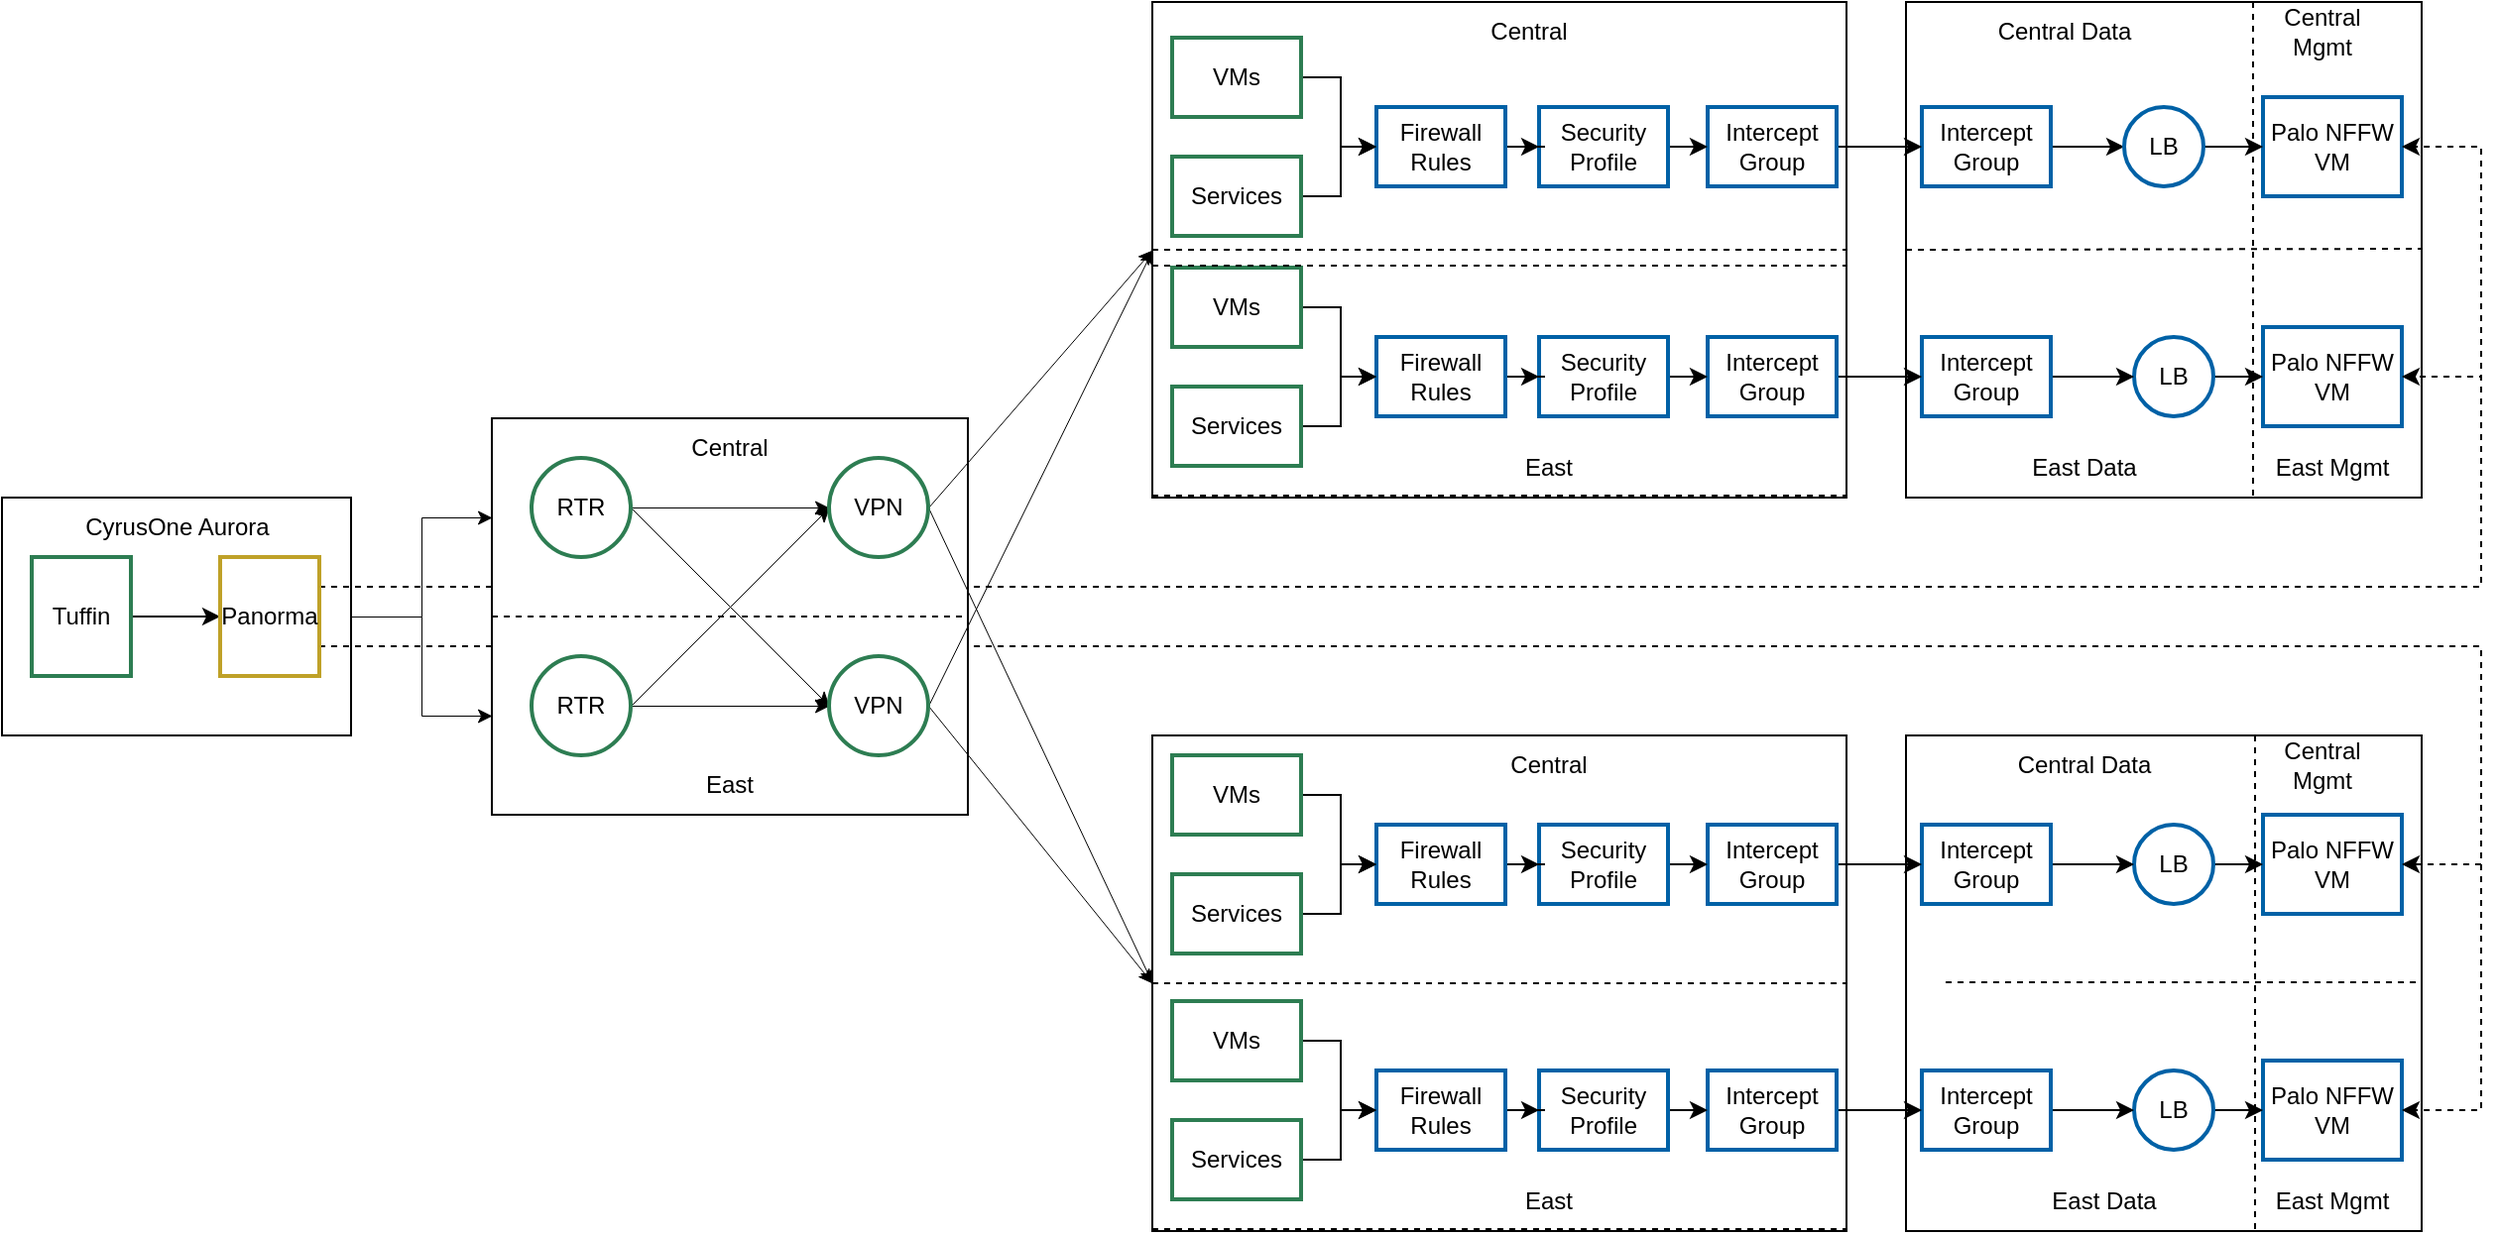
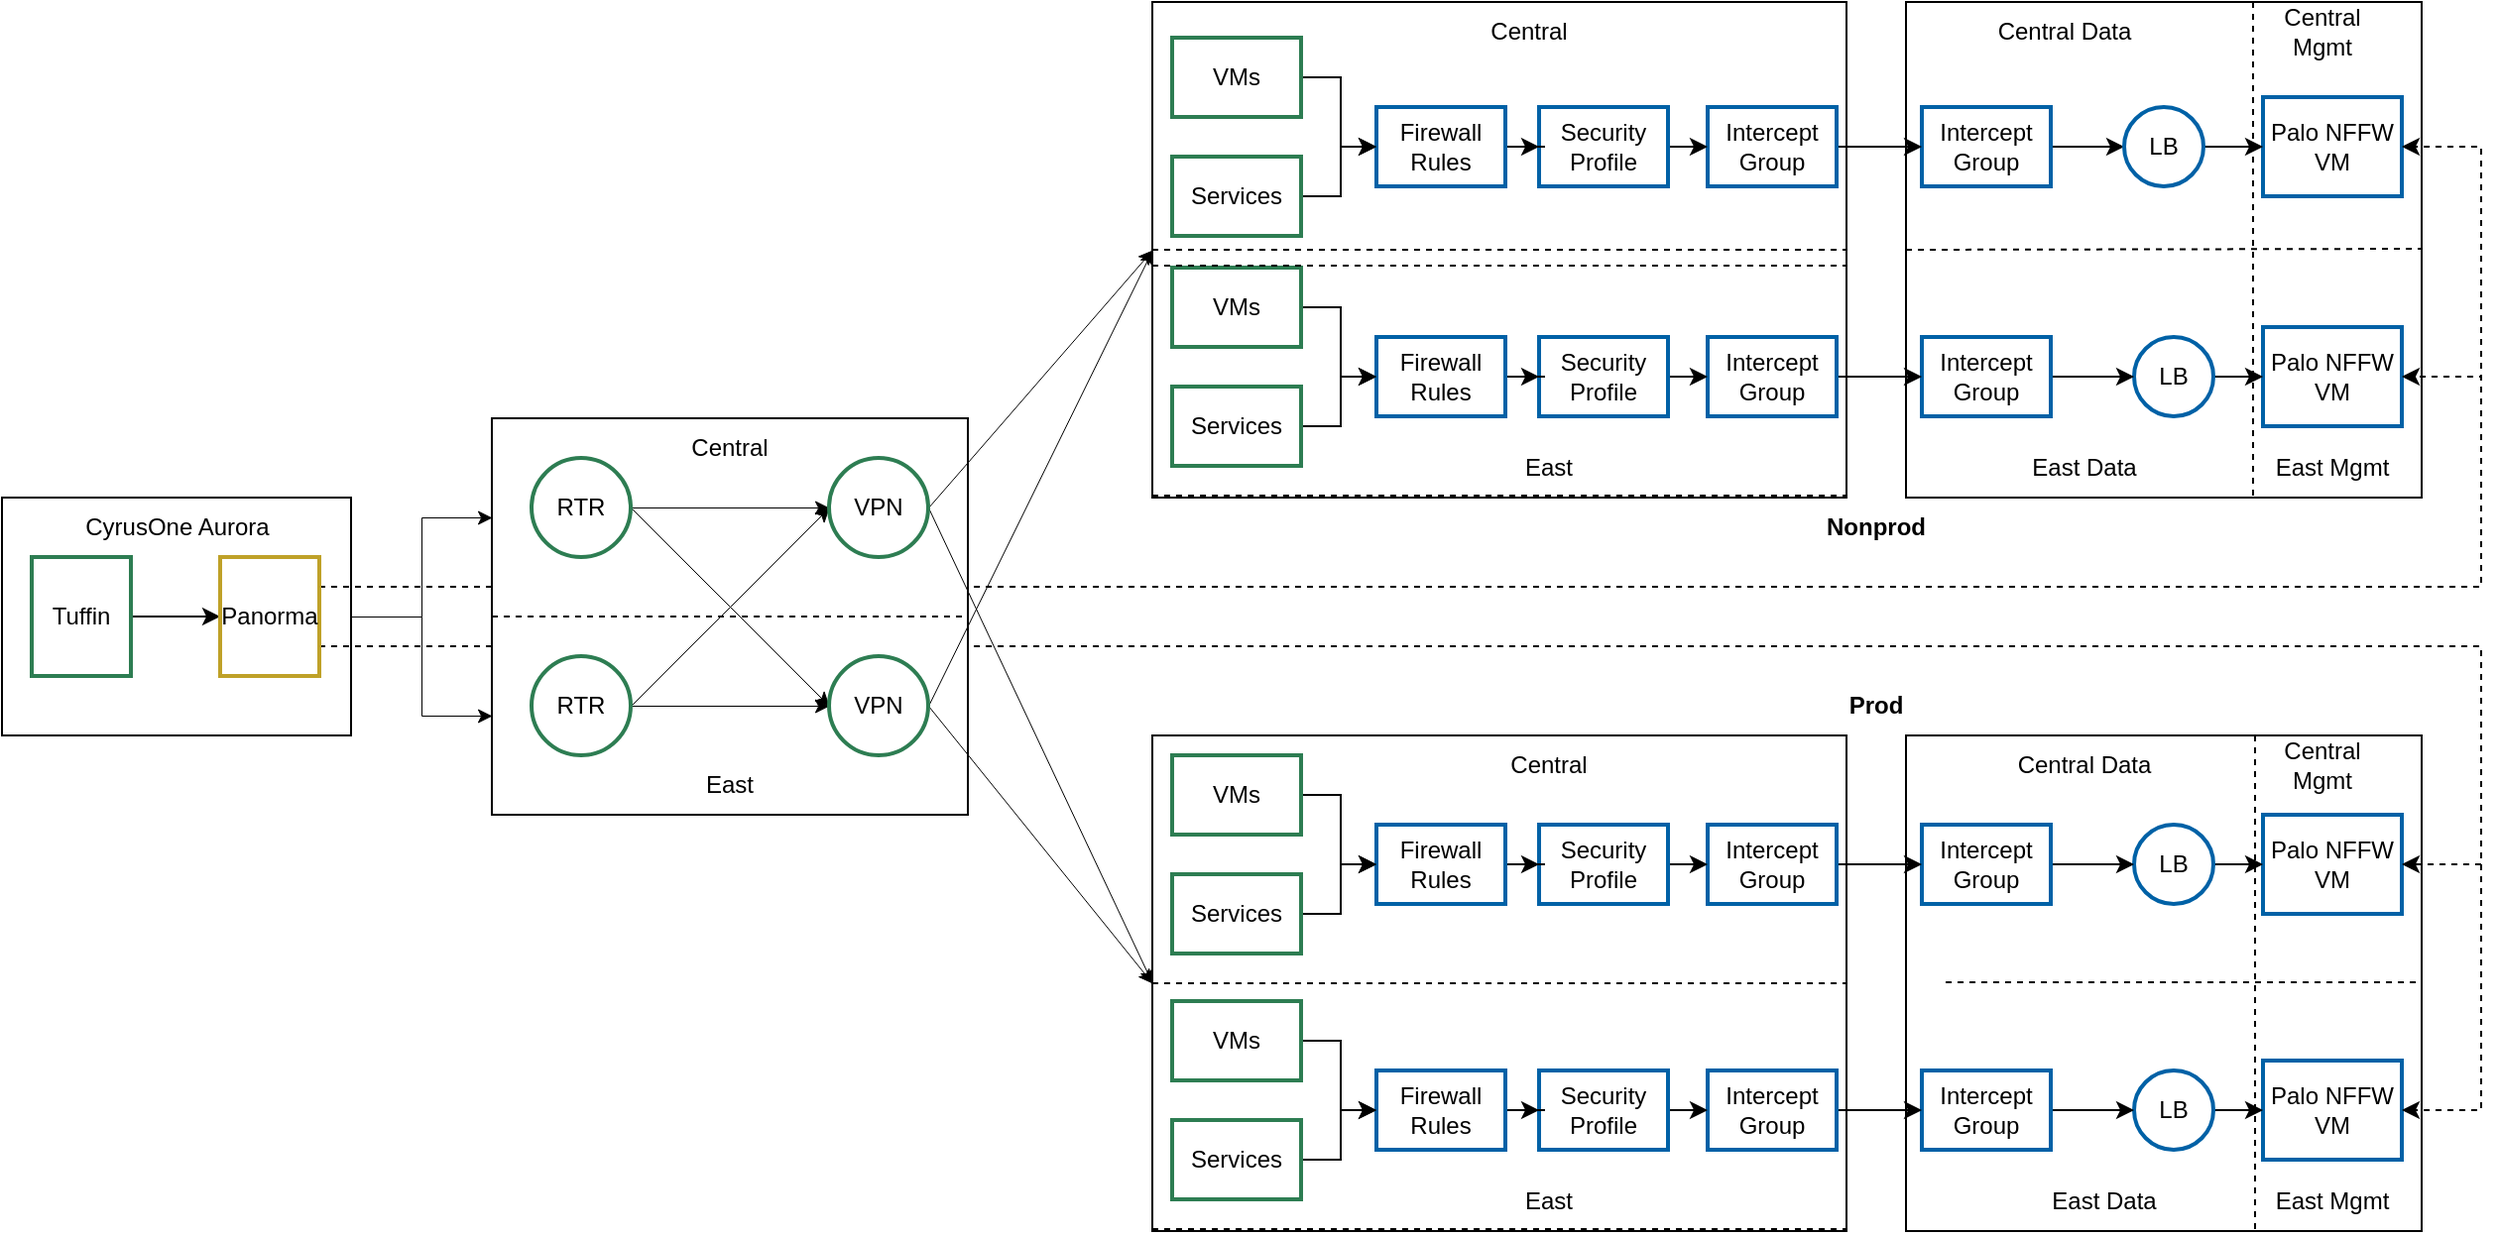
- <mxfile host="app.diagrams.net">
-   <diagram name="Page-1" id="3ExzMR4DquvwHOPj-cR4">
+ <mxfile host="app.diagrams.net" pages="2">
+   <diagram name="google_palo_ngfw" id="3ExzMR4DquvwHOPj-cR4">
    <mxGraphModel dx="2264" dy="777" grid="1" gridSize="10" guides="1" tooltips="1" connect="1" arrows="1" fold="1" page="1" pageScale="1" pageWidth="850" pageHeight="1100" math="0" shadow="0">
      <root>
        <mxCell id="0" />
        <mxCell id="1" parent="0" />
        <mxCell id="tRedCPWRB_f1dplKibxM-2" parent="1" style="rounded=0;whiteSpace=wrap;html=1;" value="" vertex="1">
          <mxGeometry height="250" width="350" x="280" y="30" as="geometry" />
        </mxCell>
        <mxCell id="tRedCPWRB_f1dplKibxM-4" parent="1" style="rounded=0;whiteSpace=wrap;html=1;" value="" vertex="1">
          <mxGeometry height="250" width="260" x="660" y="30" as="geometry" />
        </mxCell>
        <mxCell id="tRedCPWRB_f1dplKibxM-5" parent="1" style="rounded=0;whiteSpace=wrap;html=1;" value="" vertex="1">
          <mxGeometry height="250" width="350" x="280" y="400" as="geometry" />
        </mxCell>
        <mxCell id="tRedCPWRB_f1dplKibxM-6" parent="1" style="rounded=0;whiteSpace=wrap;html=1;" value="" vertex="1">
          <mxGeometry height="250" width="260" x="660" y="400" as="geometry" />
        </mxCell>
        <mxCell id="tRedCPWRB_f1dplKibxM-22" edge="1" parent="1" source="tRedCPWRB_f1dplKibxM-2" style="rounded=0;orthogonalLoop=1;jettySize=auto;html=1;exitX=0;exitY=0.5;exitDx=0;exitDy=0;entryX=1;entryY=0.5;entryDx=0;entryDy=0;endArrow=none;endFill=0;dashed=1;" target="tRedCPWRB_f1dplKibxM-2">
          <mxGeometry relative="1" as="geometry">
            <mxPoint x="360" y="154.5" as="sourcePoint" />
            <mxPoint x="600" y="154.5" as="targetPoint" />
          </mxGeometry>
        </mxCell>
        <mxCell id="tRedCPWRB_f1dplKibxM-23" edge="1" parent="1" source="tRedCPWRB_f1dplKibxM-5" style="rounded=0;orthogonalLoop=1;jettySize=auto;html=1;entryX=1;entryY=0.5;entryDx=0;entryDy=0;endArrow=none;endFill=0;dashed=1;exitX=0;exitY=0.5;exitDx=0;exitDy=0;" target="tRedCPWRB_f1dplKibxM-5">
          <mxGeometry relative="1" as="geometry">
            <mxPoint x="360" y="525" as="sourcePoint" />
            <mxPoint x="600" y="524.5" as="targetPoint" />
          </mxGeometry>
        </mxCell>
        <mxCell id="tRedCPWRB_f1dplKibxM-24" edge="1" parent="1" style="rounded=0;orthogonalLoop=1;jettySize=auto;html=1;exitX=0;exitY=0.5;exitDx=0;exitDy=0;entryX=1;entryY=0.5;entryDx=0;entryDy=0;endArrow=none;endFill=0;dashed=1;">
          <mxGeometry relative="1" as="geometry">
            <mxPoint x="680" y="524.5" as="sourcePoint" />
            <mxPoint x="920" y="524.5" as="targetPoint" />
          </mxGeometry>
        </mxCell>
        <mxCell id="tRedCPWRB_f1dplKibxM-25" edge="1" parent="1" source="tRedCPWRB_f1dplKibxM-4" style="rounded=0;orthogonalLoop=1;jettySize=auto;html=1;exitX=0;exitY=0.5;exitDx=0;exitDy=0;entryX=1;entryY=0.5;entryDx=0;entryDy=0;endArrow=none;endFill=0;dashed=1;">
          <mxGeometry relative="1" as="geometry">
            <mxPoint x="680" y="154.5" as="sourcePoint" />
            <mxPoint x="920" y="154.5" as="targetPoint" />
          </mxGeometry>
        </mxCell>
        <mxCell id="tRedCPWRB_f1dplKibxM-27" parent="1" style="rounded=0;whiteSpace=wrap;html=1;strokeColor=#0061A6;strokeWidth=2;" value="Palo NFFW&lt;div&gt;VM&lt;/div&gt;" vertex="1">
          <mxGeometry height="50" width="70" x="840" y="78" as="geometry" />
        </mxCell>
        <mxCell id="tRedCPWRB_f1dplKibxM-28" parent="1" style="rounded=0;whiteSpace=wrap;html=1;strokeColor=#0061A6;strokeWidth=2;" value="Palo NFFW&lt;div&gt;VM&lt;/div&gt;" vertex="1">
          <mxGeometry height="50" width="70" x="840" y="440" as="geometry" />
        </mxCell>
        <mxCell id="tRedCPWRB_f1dplKibxM-29" parent="1" style="rounded=0;whiteSpace=wrap;html=1;strokeColor=#0061A6;strokeWidth=2;" value="Palo NFFW&lt;div&gt;VM&lt;/div&gt;" vertex="1">
          <mxGeometry height="50" width="70" x="840" y="564" as="geometry" />
        </mxCell>
        <mxCell id="tRedCPWRB_f1dplKibxM-31" parent="1" style="rounded=0;whiteSpace=wrap;html=1;strokeColor=#0061A6;strokeWidth=2;" value="Palo NFFW&lt;div&gt;VM&lt;/div&gt;" vertex="1">
          <mxGeometry height="50" width="70" x="840" y="194" as="geometry" />
        </mxCell>
        <mxCell id="tRedCPWRB_f1dplKibxM-35" edge="1" parent="1" style="rounded=0;orthogonalLoop=1;jettySize=auto;html=1;exitX=0.5;exitY=0;exitDx=0;exitDy=0;entryX=0.5;entryY=1;entryDx=0;entryDy=0;endArrow=none;endFill=0;dashed=1;" value="">
          <mxGeometry relative="1" as="geometry">
            <mxPoint x="836" y="400" as="sourcePoint" />
            <mxPoint x="836" y="650" as="targetPoint" />
          </mxGeometry>
        </mxCell>
        <mxCell id="tRedCPWRB_f1dplKibxM-38" parent="1" style="text;html=1;whiteSpace=wrap;strokeColor=none;fillColor=none;align=center;verticalAlign=middle;rounded=0;" value="Central&amp;nbsp;&lt;span style=&quot;background-color: transparent; color: light-dark(rgb(0, 0, 0), rgb(255, 255, 255));&quot;&gt;Data&lt;/span&gt;" vertex="1">
          <mxGeometry height="30" width="60" x="720" y="400" as="geometry" />
        </mxCell>
        <mxCell id="tRedCPWRB_f1dplKibxM-39" parent="1" style="text;html=1;whiteSpace=wrap;strokeColor=none;fillColor=none;align=center;verticalAlign=middle;rounded=0;" value="Central" vertex="1">
          <mxGeometry height="30" width="70" x="445" y="400" as="geometry" />
        </mxCell>
        <mxCell id="tRedCPWRB_f1dplKibxM-40" parent="1" style="text;html=1;whiteSpace=wrap;strokeColor=none;fillColor=none;align=center;verticalAlign=middle;rounded=0;" value="East" vertex="1">
          <mxGeometry height="30" width="60" x="450" y="620" as="geometry" />
        </mxCell>
        <mxCell id="tRedCPWRB_f1dplKibxM-41" parent="1" style="text;html=1;whiteSpace=wrap;strokeColor=none;fillColor=none;align=center;verticalAlign=middle;rounded=0;" value="Central" vertex="1">
          <mxGeometry height="30" width="60" x="440" y="30" as="geometry" />
        </mxCell>
        <mxCell id="tRedCPWRB_f1dplKibxM-42" parent="1" style="text;html=1;whiteSpace=wrap;strokeColor=none;fillColor=none;align=center;verticalAlign=middle;rounded=0;" value="East" vertex="1">
          <mxGeometry height="30" width="60" x="450" y="250" as="geometry" />
        </mxCell>
        <mxCell id="tRedCPWRB_f1dplKibxM-43" parent="1" style="text;html=1;whiteSpace=wrap;strokeColor=none;fillColor=none;align=center;verticalAlign=middle;rounded=0;" value="Central Mgmt" vertex="1">
          <mxGeometry height="30" width="60" x="840" y="400" as="geometry" />
        </mxCell>
        <mxCell id="tRedCPWRB_f1dplKibxM-44" parent="1" style="text;html=1;whiteSpace=wrap;strokeColor=none;fillColor=none;align=center;verticalAlign=middle;rounded=0;" value="Central&amp;nbsp;&lt;span style=&quot;background-color: transparent; color: light-dark(rgb(0, 0, 0), rgb(255, 255, 255));&quot;&gt;Data&lt;/span&gt;" vertex="1">
          <mxGeometry height="30" width="60" x="710" y="30" as="geometry" />
        </mxCell>
        <mxCell id="tRedCPWRB_f1dplKibxM-45" parent="1" style="text;html=1;whiteSpace=wrap;strokeColor=none;fillColor=none;align=center;verticalAlign=middle;rounded=0;" value="Central Mgmt" vertex="1">
          <mxGeometry height="30" width="60" x="840" y="30" as="geometry" />
        </mxCell>
        <mxCell id="tRedCPWRB_f1dplKibxM-46" edge="1" parent="1" style="rounded=0;orthogonalLoop=1;jettySize=auto;html=1;exitX=0.5;exitY=0;exitDx=0;exitDy=0;entryX=0.5;entryY=1;entryDx=0;entryDy=0;endArrow=none;endFill=0;dashed=1;" value="">
          <mxGeometry relative="1" as="geometry">
            <mxPoint x="835" y="30" as="sourcePoint" />
            <mxPoint x="835" y="280" as="targetPoint" />
          </mxGeometry>
        </mxCell>
        <mxCell id="tRedCPWRB_f1dplKibxM-47" parent="1" style="text;html=1;whiteSpace=wrap;strokeColor=none;fillColor=none;align=center;verticalAlign=middle;rounded=0;" value="East Mgmt" vertex="1">
          <mxGeometry height="30" width="60" x="845" y="620" as="geometry" />
        </mxCell>
        <mxCell id="tRedCPWRB_f1dplKibxM-48" parent="1" style="text;html=1;whiteSpace=wrap;strokeColor=none;fillColor=none;align=center;verticalAlign=middle;rounded=0;" value="East Data" vertex="1">
          <mxGeometry height="30" width="60" x="730" y="620" as="geometry" />
        </mxCell>
        <mxCell id="tRedCPWRB_f1dplKibxM-54" edge="1" parent="1" source="tRedCPWRB_f1dplKibxM-49" style="edgeStyle=orthogonalEdgeStyle;rounded=0;orthogonalLoop=1;jettySize=auto;html=1;exitX=1;exitY=0.5;exitDx=0;exitDy=0;entryX=0;entryY=0.5;entryDx=0;entryDy=0;" target="tRedCPWRB_f1dplKibxM-28">
          <mxGeometry relative="1" as="geometry" />
        </mxCell>
        <mxCell id="tRedCPWRB_f1dplKibxM-49" parent="1" style="ellipse;whiteSpace=wrap;html=1;aspect=fixed;strokeColor=#0061A6;strokeWidth=2;" value="LB" vertex="1">
          <mxGeometry height="40" width="40" x="775" y="445" as="geometry" />
        </mxCell>
        <mxCell id="tRedCPWRB_f1dplKibxM-53" edge="1" parent="1" source="tRedCPWRB_f1dplKibxM-52" style="edgeStyle=orthogonalEdgeStyle;rounded=0;orthogonalLoop=1;jettySize=auto;html=1;exitX=1;exitY=0.5;exitDx=0;exitDy=0;entryX=0;entryY=0.5;entryDx=0;entryDy=0;" target="tRedCPWRB_f1dplKibxM-49">
          <mxGeometry relative="1" as="geometry" />
        </mxCell>
        <mxCell id="tRedCPWRB_f1dplKibxM-52" parent="1" style="rounded=0;whiteSpace=wrap;html=1;strokeColor=#0061A6;strokeWidth=2;" value="Intercept Group" vertex="1">
          <mxGeometry height="40" width="65" x="668" y="445" as="geometry" />
        </mxCell>
        <mxCell id="tRedCPWRB_f1dplKibxM-57" edge="1" parent="1" source="tRedCPWRB_f1dplKibxM-55" style="edgeStyle=orthogonalEdgeStyle;rounded=0;orthogonalLoop=1;jettySize=auto;html=1;exitX=1;exitY=0.5;exitDx=0;exitDy=0;entryX=0;entryY=0.5;entryDx=0;entryDy=0;" target="tRedCPWRB_f1dplKibxM-56">
          <mxGeometry relative="1" as="geometry" />
        </mxCell>
        <mxCell id="tRedCPWRB_f1dplKibxM-55" parent="1" style="rounded=0;whiteSpace=wrap;html=1;strokeColor=#0061A6;strokeWidth=2;" value="Intercept Group" vertex="1">
          <mxGeometry height="40" width="65" x="668" y="83" as="geometry" />
        </mxCell>
        <mxCell id="tRedCPWRB_f1dplKibxM-58" edge="1" parent="1" source="tRedCPWRB_f1dplKibxM-56" style="edgeStyle=orthogonalEdgeStyle;rounded=0;orthogonalLoop=1;jettySize=auto;html=1;exitX=1;exitY=0.5;exitDx=0;exitDy=0;entryX=0;entryY=0.5;entryDx=0;entryDy=0;" target="tRedCPWRB_f1dplKibxM-27">
          <mxGeometry relative="1" as="geometry" />
        </mxCell>
        <mxCell id="tRedCPWRB_f1dplKibxM-56" parent="1" style="ellipse;whiteSpace=wrap;html=1;aspect=fixed;strokeColor=#0061A6;strokeWidth=2;" value="LB" vertex="1">
          <mxGeometry height="40" width="40" x="770" y="83" as="geometry" />
        </mxCell>
        <mxCell id="tRedCPWRB_f1dplKibxM-59" edge="1" parent="1" source="tRedCPWRB_f1dplKibxM-60" style="edgeStyle=orthogonalEdgeStyle;rounded=0;orthogonalLoop=1;jettySize=auto;html=1;exitX=1;exitY=0.5;exitDx=0;exitDy=0;entryX=0;entryY=0.5;entryDx=0;entryDy=0;">
          <mxGeometry relative="1" as="geometry">
            <mxPoint x="840" y="219" as="targetPoint" />
          </mxGeometry>
        </mxCell>
        <mxCell id="tRedCPWRB_f1dplKibxM-60" parent="1" style="ellipse;whiteSpace=wrap;html=1;aspect=fixed;strokeColor=#0061A6;strokeWidth=2;" value="LB" vertex="1">
          <mxGeometry height="40" width="40" x="775" y="199" as="geometry" />
        </mxCell>
        <mxCell id="tRedCPWRB_f1dplKibxM-61" edge="1" parent="1" source="tRedCPWRB_f1dplKibxM-62" style="edgeStyle=orthogonalEdgeStyle;rounded=0;orthogonalLoop=1;jettySize=auto;html=1;exitX=1;exitY=0.5;exitDx=0;exitDy=0;entryX=0;entryY=0.5;entryDx=0;entryDy=0;" target="tRedCPWRB_f1dplKibxM-60">
          <mxGeometry relative="1" as="geometry" />
        </mxCell>
        <mxCell id="tRedCPWRB_f1dplKibxM-62" parent="1" style="rounded=0;whiteSpace=wrap;html=1;strokeColor=#0061A6;strokeWidth=2;" value="Intercept Group" vertex="1">
          <mxGeometry height="40" width="65" x="668" y="199" as="geometry" />
        </mxCell>
        <mxCell id="tRedCPWRB_f1dplKibxM-63" edge="1" parent="1" source="tRedCPWRB_f1dplKibxM-64" style="edgeStyle=orthogonalEdgeStyle;rounded=0;orthogonalLoop=1;jettySize=auto;html=1;exitX=1;exitY=0.5;exitDx=0;exitDy=0;entryX=0;entryY=0.5;entryDx=0;entryDy=0;">
          <mxGeometry relative="1" as="geometry">
            <mxPoint x="840" y="589" as="targetPoint" />
          </mxGeometry>
        </mxCell>
        <mxCell id="tRedCPWRB_f1dplKibxM-64" parent="1" style="ellipse;whiteSpace=wrap;html=1;aspect=fixed;strokeColor=#0061A6;strokeWidth=2;" value="LB" vertex="1">
          <mxGeometry height="40" width="40" x="775" y="569" as="geometry" />
        </mxCell>
        <mxCell id="tRedCPWRB_f1dplKibxM-65" edge="1" parent="1" source="tRedCPWRB_f1dplKibxM-66" style="edgeStyle=orthogonalEdgeStyle;rounded=0;orthogonalLoop=1;jettySize=auto;html=1;exitX=1;exitY=0.5;exitDx=0;exitDy=0;entryX=0;entryY=0.5;entryDx=0;entryDy=0;" target="tRedCPWRB_f1dplKibxM-64">
          <mxGeometry relative="1" as="geometry" />
        </mxCell>
        <mxCell id="tRedCPWRB_f1dplKibxM-66" parent="1" style="rounded=0;whiteSpace=wrap;html=1;strokeColor=#0061A6;strokeWidth=2;" value="Intercept Group" vertex="1">
          <mxGeometry height="40" width="65" x="668" y="569" as="geometry" />
        </mxCell>
        <mxCell id="tRedCPWRB_f1dplKibxM-108" edge="1" parent="1" source="tRedCPWRB_f1dplKibxM-67" style="edgeStyle=orthogonalEdgeStyle;rounded=0;orthogonalLoop=1;jettySize=auto;html=1;exitX=1;exitY=0.5;exitDx=0;exitDy=0;" target="tRedCPWRB_f1dplKibxM-52">
          <mxGeometry relative="1" as="geometry" />
        </mxCell>
        <mxCell id="tRedCPWRB_f1dplKibxM-67" parent="1" style="rounded=0;whiteSpace=wrap;html=1;strokeColor=#0061A6;strokeWidth=2;" value="Intercept Group" vertex="1">
          <mxGeometry height="40" width="65" x="560" y="445" as="geometry" />
        </mxCell>
        <mxCell id="tRedCPWRB_f1dplKibxM-69" edge="1" parent="1" source="tRedCPWRB_f1dplKibxM-68" style="edgeStyle=orthogonalEdgeStyle;rounded=0;orthogonalLoop=1;jettySize=auto;html=1;exitX=1;exitY=0.5;exitDx=0;exitDy=0;entryX=0;entryY=0.5;entryDx=0;entryDy=0;" target="tRedCPWRB_f1dplKibxM-67">
          <mxGeometry relative="1" as="geometry" />
        </mxCell>
        <mxCell id="tRedCPWRB_f1dplKibxM-68" parent="1" style="rounded=0;whiteSpace=wrap;html=1;strokeColor=#0061A6;strokeWidth=2;" value="Security Profile" vertex="1">
          <mxGeometry height="40" width="65" x="475" y="445" as="geometry" />
        </mxCell>
        <mxCell id="tRedCPWRB_f1dplKibxM-71" edge="1" parent="1" source="tRedCPWRB_f1dplKibxM-70" style="edgeStyle=orthogonalEdgeStyle;rounded=0;orthogonalLoop=1;jettySize=auto;html=1;exitX=1;exitY=0.5;exitDx=0;exitDy=0;" target="tRedCPWRB_f1dplKibxM-68">
          <mxGeometry relative="1" as="geometry" />
        </mxCell>
        <mxCell id="tRedCPWRB_f1dplKibxM-70" parent="1" style="rounded=0;whiteSpace=wrap;html=1;strokeColor=#0061A6;strokeWidth=2;" value="Firewall Rules" vertex="1">
          <mxGeometry height="40" width="65" x="393" y="445" as="geometry" />
        </mxCell>
        <mxCell id="tRedCPWRB_f1dplKibxM-74" edge="1" parent="1" source="tRedCPWRB_f1dplKibxM-72" style="edgeStyle=orthogonalEdgeStyle;rounded=0;orthogonalLoop=1;jettySize=auto;html=1;exitX=1;exitY=0.5;exitDx=0;exitDy=0;entryX=0;entryY=0.5;entryDx=0;entryDy=0;" target="tRedCPWRB_f1dplKibxM-70">
          <mxGeometry relative="1" as="geometry" />
        </mxCell>
        <mxCell id="tRedCPWRB_f1dplKibxM-72" parent="1" style="rounded=0;whiteSpace=wrap;html=1;strokeColor=#2D7D52;strokeWidth=2;" value="VMs" vertex="1">
          <mxGeometry height="40" width="65" x="290" y="410" as="geometry" />
        </mxCell>
        <mxCell id="tRedCPWRB_f1dplKibxM-75" edge="1" parent="1" source="tRedCPWRB_f1dplKibxM-73" style="edgeStyle=orthogonalEdgeStyle;rounded=0;orthogonalLoop=1;jettySize=auto;html=1;exitX=1;exitY=0.5;exitDx=0;exitDy=0;entryX=0;entryY=0.5;entryDx=0;entryDy=0;" target="tRedCPWRB_f1dplKibxM-70">
          <mxGeometry relative="1" as="geometry" />
        </mxCell>
        <mxCell id="tRedCPWRB_f1dplKibxM-73" parent="1" style="rounded=0;whiteSpace=wrap;html=1;strokeColor=#2D7D52;strokeWidth=2;" value="Services" vertex="1">
          <mxGeometry height="40" width="65" x="290" y="470" as="geometry" />
        </mxCell>
        <mxCell id="tRedCPWRB_f1dplKibxM-76" edge="1" parent="1" style="rounded=0;orthogonalLoop=1;jettySize=auto;html=1;entryX=1;entryY=0.5;entryDx=0;entryDy=0;endArrow=none;endFill=0;dashed=1;exitX=0;exitY=0.5;exitDx=0;exitDy=0;">
          <mxGeometry relative="1" as="geometry">
            <mxPoint x="280" y="649" as="sourcePoint" />
            <mxPoint x="630" y="649" as="targetPoint" />
          </mxGeometry>
        </mxCell>
        <mxCell id="tRedCPWRB_f1dplKibxM-109" edge="1" parent="1" source="tRedCPWRB_f1dplKibxM-77" style="edgeStyle=orthogonalEdgeStyle;rounded=0;orthogonalLoop=1;jettySize=auto;html=1;exitX=1;exitY=0.5;exitDx=0;exitDy=0;" target="tRedCPWRB_f1dplKibxM-66">
          <mxGeometry relative="1" as="geometry" />
        </mxCell>
        <mxCell id="tRedCPWRB_f1dplKibxM-77" parent="1" style="rounded=0;whiteSpace=wrap;html=1;strokeColor=#0061A6;strokeWidth=2;" value="Intercept Group" vertex="1">
          <mxGeometry height="40" width="65" x="560" y="569" as="geometry" />
        </mxCell>
        <mxCell id="tRedCPWRB_f1dplKibxM-78" edge="1" parent="1" source="tRedCPWRB_f1dplKibxM-79" style="edgeStyle=orthogonalEdgeStyle;rounded=0;orthogonalLoop=1;jettySize=auto;html=1;exitX=1;exitY=0.5;exitDx=0;exitDy=0;entryX=0;entryY=0.5;entryDx=0;entryDy=0;" target="tRedCPWRB_f1dplKibxM-77">
          <mxGeometry relative="1" as="geometry" />
        </mxCell>
        <mxCell id="tRedCPWRB_f1dplKibxM-79" parent="1" style="rounded=0;whiteSpace=wrap;html=1;strokeColor=#0061A6;strokeWidth=2;" value="Security Profile" vertex="1">
          <mxGeometry height="40" width="65" x="475" y="569" as="geometry" />
        </mxCell>
        <mxCell id="tRedCPWRB_f1dplKibxM-80" edge="1" parent="1" source="tRedCPWRB_f1dplKibxM-81" style="edgeStyle=orthogonalEdgeStyle;rounded=0;orthogonalLoop=1;jettySize=auto;html=1;exitX=1;exitY=0.5;exitDx=0;exitDy=0;" target="tRedCPWRB_f1dplKibxM-79">
          <mxGeometry relative="1" as="geometry" />
        </mxCell>
        <mxCell id="tRedCPWRB_f1dplKibxM-81" parent="1" style="rounded=0;whiteSpace=wrap;html=1;strokeColor=#0061A6;strokeWidth=2;" value="Firewall Rules" vertex="1">
          <mxGeometry height="40" width="65" x="393" y="569" as="geometry" />
        </mxCell>
        <mxCell id="tRedCPWRB_f1dplKibxM-82" edge="1" parent="1" source="tRedCPWRB_f1dplKibxM-83" style="edgeStyle=orthogonalEdgeStyle;rounded=0;orthogonalLoop=1;jettySize=auto;html=1;exitX=1;exitY=0.5;exitDx=0;exitDy=0;entryX=0;entryY=0.5;entryDx=0;entryDy=0;" target="tRedCPWRB_f1dplKibxM-81">
          <mxGeometry relative="1" as="geometry" />
        </mxCell>
        <mxCell id="tRedCPWRB_f1dplKibxM-83" parent="1" style="rounded=0;whiteSpace=wrap;html=1;strokeColor=#2D7D52;strokeWidth=2;" value="VMs" vertex="1">
          <mxGeometry height="40" width="65" x="290" y="534" as="geometry" />
        </mxCell>
        <mxCell id="tRedCPWRB_f1dplKibxM-84" edge="1" parent="1" source="tRedCPWRB_f1dplKibxM-85" style="edgeStyle=orthogonalEdgeStyle;rounded=0;orthogonalLoop=1;jettySize=auto;html=1;exitX=1;exitY=0.5;exitDx=0;exitDy=0;entryX=0;entryY=0.5;entryDx=0;entryDy=0;" target="tRedCPWRB_f1dplKibxM-81">
          <mxGeometry relative="1" as="geometry" />
        </mxCell>
        <mxCell id="tRedCPWRB_f1dplKibxM-85" parent="1" style="rounded=0;whiteSpace=wrap;html=1;strokeColor=#2D7D52;strokeWidth=2;" value="Services" vertex="1">
          <mxGeometry height="40" width="65" x="290" y="594" as="geometry" />
        </mxCell>
        <mxCell id="tRedCPWRB_f1dplKibxM-86" edge="1" parent="1" style="rounded=0;orthogonalLoop=1;jettySize=auto;html=1;entryX=1;entryY=0.5;entryDx=0;entryDy=0;endArrow=none;endFill=0;dashed=1;exitX=0;exitY=0.5;exitDx=0;exitDy=0;">
          <mxGeometry relative="1" as="geometry">
            <mxPoint x="280" y="279" as="sourcePoint" />
            <mxPoint x="630" y="279" as="targetPoint" />
          </mxGeometry>
        </mxCell>
        <mxCell id="tRedCPWRB_f1dplKibxM-111" edge="1" parent="1" source="tRedCPWRB_f1dplKibxM-87" style="edgeStyle=orthogonalEdgeStyle;rounded=0;orthogonalLoop=1;jettySize=auto;html=1;exitX=1;exitY=0.5;exitDx=0;exitDy=0;entryX=0;entryY=0.5;entryDx=0;entryDy=0;" target="tRedCPWRB_f1dplKibxM-62">
          <mxGeometry relative="1" as="geometry" />
        </mxCell>
        <mxCell id="tRedCPWRB_f1dplKibxM-87" parent="1" style="rounded=0;whiteSpace=wrap;html=1;strokeColor=#0061A6;strokeWidth=2;" value="Intercept Group" vertex="1">
          <mxGeometry height="40" width="65" x="560" y="199" as="geometry" />
        </mxCell>
        <mxCell id="tRedCPWRB_f1dplKibxM-88" edge="1" parent="1" source="tRedCPWRB_f1dplKibxM-89" style="edgeStyle=orthogonalEdgeStyle;rounded=0;orthogonalLoop=1;jettySize=auto;html=1;exitX=1;exitY=0.5;exitDx=0;exitDy=0;entryX=0;entryY=0.5;entryDx=0;entryDy=0;" target="tRedCPWRB_f1dplKibxM-87">
          <mxGeometry relative="1" as="geometry" />
        </mxCell>
        <mxCell id="tRedCPWRB_f1dplKibxM-89" parent="1" style="rounded=0;whiteSpace=wrap;html=1;strokeColor=#0061A6;strokeWidth=2;" value="Security Profile" vertex="1">
          <mxGeometry height="40" width="65" x="475" y="199" as="geometry" />
        </mxCell>
        <mxCell id="tRedCPWRB_f1dplKibxM-90" edge="1" parent="1" source="tRedCPWRB_f1dplKibxM-91" style="edgeStyle=orthogonalEdgeStyle;rounded=0;orthogonalLoop=1;jettySize=auto;html=1;exitX=1;exitY=0.5;exitDx=0;exitDy=0;" target="tRedCPWRB_f1dplKibxM-89">
          <mxGeometry relative="1" as="geometry" />
        </mxCell>
        <mxCell id="tRedCPWRB_f1dplKibxM-91" parent="1" style="rounded=0;whiteSpace=wrap;html=1;strokeColor=#0061A6;strokeWidth=2;" value="Firewall Rules" vertex="1">
          <mxGeometry height="40" width="65" x="393" y="199" as="geometry" />
        </mxCell>
        <mxCell id="tRedCPWRB_f1dplKibxM-92" edge="1" parent="1" source="tRedCPWRB_f1dplKibxM-93" style="edgeStyle=orthogonalEdgeStyle;rounded=0;orthogonalLoop=1;jettySize=auto;html=1;exitX=1;exitY=0.5;exitDx=0;exitDy=0;entryX=0;entryY=0.5;entryDx=0;entryDy=0;" target="tRedCPWRB_f1dplKibxM-91">
          <mxGeometry relative="1" as="geometry" />
        </mxCell>
        <mxCell id="tRedCPWRB_f1dplKibxM-93" parent="1" style="rounded=0;whiteSpace=wrap;html=1;strokeColor=#2D7D52;strokeWidth=2;" value="VMs" vertex="1">
          <mxGeometry height="40" width="65" x="290" y="164" as="geometry" />
        </mxCell>
        <mxCell id="tRedCPWRB_f1dplKibxM-94" edge="1" parent="1" source="tRedCPWRB_f1dplKibxM-95" style="edgeStyle=orthogonalEdgeStyle;rounded=0;orthogonalLoop=1;jettySize=auto;html=1;exitX=1;exitY=0.5;exitDx=0;exitDy=0;entryX=0;entryY=0.5;entryDx=0;entryDy=0;" target="tRedCPWRB_f1dplKibxM-91">
          <mxGeometry relative="1" as="geometry" />
        </mxCell>
        <mxCell id="tRedCPWRB_f1dplKibxM-95" parent="1" style="rounded=0;whiteSpace=wrap;html=1;strokeColor=#2D7D52;strokeWidth=2;" value="Services" vertex="1">
          <mxGeometry height="40" width="65" x="290" y="224" as="geometry" />
        </mxCell>
        <mxCell id="tRedCPWRB_f1dplKibxM-96" edge="1" parent="1" style="rounded=0;orthogonalLoop=1;jettySize=auto;html=1;entryX=1;entryY=0.5;entryDx=0;entryDy=0;endArrow=none;endFill=0;dashed=1;exitX=0;exitY=0.5;exitDx=0;exitDy=0;">
          <mxGeometry relative="1" as="geometry">
            <mxPoint x="280" y="163" as="sourcePoint" />
            <mxPoint x="630" y="163" as="targetPoint" />
          </mxGeometry>
        </mxCell>
        <mxCell id="tRedCPWRB_f1dplKibxM-106" edge="1" parent="1" source="tRedCPWRB_f1dplKibxM-97" style="edgeStyle=orthogonalEdgeStyle;rounded=0;orthogonalLoop=1;jettySize=auto;html=1;exitX=1;exitY=0.5;exitDx=0;exitDy=0;" target="tRedCPWRB_f1dplKibxM-55">
          <mxGeometry relative="1" as="geometry" />
        </mxCell>
        <mxCell id="tRedCPWRB_f1dplKibxM-97" parent="1" style="rounded=0;whiteSpace=wrap;html=1;strokeColor=#0061A6;strokeWidth=2;" value="Intercept Group" vertex="1">
          <mxGeometry height="40" width="65" x="560" y="83" as="geometry" />
        </mxCell>
        <mxCell id="tRedCPWRB_f1dplKibxM-98" edge="1" parent="1" source="tRedCPWRB_f1dplKibxM-99" style="edgeStyle=orthogonalEdgeStyle;rounded=0;orthogonalLoop=1;jettySize=auto;html=1;exitX=1;exitY=0.5;exitDx=0;exitDy=0;entryX=0;entryY=0.5;entryDx=0;entryDy=0;" target="tRedCPWRB_f1dplKibxM-97">
          <mxGeometry relative="1" as="geometry" />
        </mxCell>
        <mxCell id="tRedCPWRB_f1dplKibxM-99" parent="1" style="rounded=0;whiteSpace=wrap;html=1;strokeColor=#0061A6;strokeWidth=2;" value="Security Profile" vertex="1">
          <mxGeometry height="40" width="65" x="475" y="83" as="geometry" />
        </mxCell>
        <mxCell id="tRedCPWRB_f1dplKibxM-100" edge="1" parent="1" source="tRedCPWRB_f1dplKibxM-101" style="edgeStyle=orthogonalEdgeStyle;rounded=0;orthogonalLoop=1;jettySize=auto;html=1;exitX=1;exitY=0.5;exitDx=0;exitDy=0;" target="tRedCPWRB_f1dplKibxM-99">
          <mxGeometry relative="1" as="geometry" />
        </mxCell>
        <mxCell id="tRedCPWRB_f1dplKibxM-101" parent="1" style="rounded=0;whiteSpace=wrap;html=1;strokeColor=#0061A6;strokeWidth=2;" value="Firewall Rules" vertex="1">
          <mxGeometry height="40" width="65" x="393" y="83" as="geometry" />
        </mxCell>
        <mxCell id="tRedCPWRB_f1dplKibxM-102" edge="1" parent="1" source="tRedCPWRB_f1dplKibxM-103" style="edgeStyle=orthogonalEdgeStyle;rounded=0;orthogonalLoop=1;jettySize=auto;html=1;exitX=1;exitY=0.5;exitDx=0;exitDy=0;entryX=0;entryY=0.5;entryDx=0;entryDy=0;" target="tRedCPWRB_f1dplKibxM-101">
          <mxGeometry relative="1" as="geometry" />
        </mxCell>
        <mxCell id="tRedCPWRB_f1dplKibxM-103" parent="1" style="rounded=0;whiteSpace=wrap;html=1;strokeColor=#2D7D52;strokeWidth=2;" value="VMs" vertex="1">
          <mxGeometry height="40" width="65" x="290" y="48" as="geometry" />
        </mxCell>
        <mxCell id="tRedCPWRB_f1dplKibxM-104" edge="1" parent="1" source="tRedCPWRB_f1dplKibxM-105" style="edgeStyle=orthogonalEdgeStyle;rounded=0;orthogonalLoop=1;jettySize=auto;html=1;exitX=1;exitY=0.5;exitDx=0;exitDy=0;entryX=0;entryY=0.5;entryDx=0;entryDy=0;" target="tRedCPWRB_f1dplKibxM-101">
          <mxGeometry relative="1" as="geometry" />
        </mxCell>
        <mxCell id="tRedCPWRB_f1dplKibxM-105" parent="1" style="rounded=0;whiteSpace=wrap;html=1;strokeColor=#2D7D52;strokeWidth=2;" value="Services" vertex="1">
          <mxGeometry height="40" width="65" x="290" y="108" as="geometry" />
        </mxCell>
        <mxCell id="tRedCPWRB_f1dplKibxM-112" parent="1" style="text;html=1;whiteSpace=wrap;strokeColor=none;fillColor=none;align=center;verticalAlign=middle;rounded=0;" value="East Data" vertex="1">
          <mxGeometry height="30" width="60" x="720" y="250" as="geometry" />
        </mxCell>
        <mxCell id="tRedCPWRB_f1dplKibxM-113" parent="1" style="text;html=1;whiteSpace=wrap;strokeColor=none;fillColor=none;align=center;verticalAlign=middle;rounded=0;" value="East Mgmt" vertex="1">
          <mxGeometry height="30" width="60" x="845" y="250" as="geometry" />
        </mxCell>
        <mxCell id="tRedCPWRB_f1dplKibxM-114" parent="1" style="rounded=0;whiteSpace=wrap;html=1;" value="" vertex="1">
          <mxGeometry height="120" width="176" x="-300" y="280" as="geometry" />
        </mxCell>
        <mxCell id="tRedCPWRB_f1dplKibxM-121" edge="1" parent="1" source="tRedCPWRB_f1dplKibxM-119" style="edgeStyle=orthogonalEdgeStyle;rounded=0;orthogonalLoop=1;jettySize=auto;html=1;exitX=1;exitY=0.5;exitDx=0;exitDy=0;entryX=0;entryY=0.5;entryDx=0;entryDy=0;" target="tRedCPWRB_f1dplKibxM-120">
          <mxGeometry relative="1" as="geometry" />
        </mxCell>
        <mxCell id="tRedCPWRB_f1dplKibxM-119" parent="1" style="rounded=0;whiteSpace=wrap;html=1;strokeColor=#2D7D52;strokeWidth=2;" value="Tuffin" vertex="1">
          <mxGeometry height="60" width="50" x="-285" y="310" as="geometry" />
        </mxCell>
        <mxCell id="tRedCPWRB_f1dplKibxM-122" edge="1" parent="1" source="tRedCPWRB_f1dplKibxM-120" style="edgeStyle=orthogonalEdgeStyle;rounded=0;orthogonalLoop=1;jettySize=auto;html=1;exitX=1;exitY=0.25;exitDx=0;exitDy=0;entryX=1;entryY=0.5;entryDx=0;entryDy=0;dashed=1;" target="tRedCPWRB_f1dplKibxM-31">
          <mxGeometry relative="1" as="geometry">
            <Array as="points">
              <mxPoint x="950" y="325" />
              <mxPoint x="950" y="219" />
            </Array>
          </mxGeometry>
        </mxCell>
        <mxCell id="tRedCPWRB_f1dplKibxM-123" edge="1" parent="1" source="tRedCPWRB_f1dplKibxM-120" style="edgeStyle=orthogonalEdgeStyle;rounded=0;orthogonalLoop=1;jettySize=auto;html=1;exitX=1;exitY=0.25;exitDx=0;exitDy=0;entryX=1;entryY=0.5;entryDx=0;entryDy=0;dashed=1;" target="tRedCPWRB_f1dplKibxM-27">
          <mxGeometry relative="1" as="geometry">
            <Array as="points">
              <mxPoint x="950" y="325" />
              <mxPoint x="950" y="103" />
            </Array>
          </mxGeometry>
        </mxCell>
        <mxCell id="tRedCPWRB_f1dplKibxM-124" edge="1" parent="1" source="tRedCPWRB_f1dplKibxM-120" style="edgeStyle=orthogonalEdgeStyle;rounded=0;orthogonalLoop=1;jettySize=auto;html=1;exitX=1;exitY=0.75;exitDx=0;exitDy=0;entryX=1;entryY=0.5;entryDx=0;entryDy=0;dashed=1;" target="tRedCPWRB_f1dplKibxM-28">
          <mxGeometry relative="1" as="geometry">
            <Array as="points">
              <mxPoint x="950" y="355" />
              <mxPoint x="950" y="465" />
            </Array>
          </mxGeometry>
        </mxCell>
        <mxCell id="tRedCPWRB_f1dplKibxM-125" edge="1" parent="1" source="tRedCPWRB_f1dplKibxM-120" style="edgeStyle=orthogonalEdgeStyle;rounded=0;orthogonalLoop=1;jettySize=auto;html=1;exitX=1;exitY=0.75;exitDx=0;exitDy=0;entryX=1;entryY=0.5;entryDx=0;entryDy=0;dashed=1;" target="tRedCPWRB_f1dplKibxM-29">
          <mxGeometry relative="1" as="geometry">
            <Array as="points">
              <mxPoint x="950" y="355" />
              <mxPoint x="950" y="589" />
            </Array>
          </mxGeometry>
        </mxCell>
        <mxCell id="tRedCPWRB_f1dplKibxM-120" parent="1" style="rounded=0;whiteSpace=wrap;html=1;strokeColor=#BFA128;strokeWidth=2;" value="Panorma" vertex="1">
          <mxGeometry height="60" width="50" x="-190" y="310" as="geometry" />
        </mxCell>
        <mxCell id="tRedCPWRB_f1dplKibxM-1" parent="1" style="rounded=0;whiteSpace=wrap;html=1;" value="" vertex="1">
          <mxGeometry height="200" width="240" x="-53" y="240" as="geometry" />
        </mxCell>
        <mxCell id="tRedCPWRB_f1dplKibxM-11" edge="1" parent="1" source="tRedCPWRB_f1dplKibxM-7" style="rounded=0;orthogonalLoop=1;jettySize=auto;html=1;exitX=1;exitY=0.5;exitDx=0;exitDy=0;entryX=0;entryY=0.5;entryDx=0;entryDy=0;strokeWidth=0.5;" target="tRedCPWRB_f1dplKibxM-10">
          <mxGeometry relative="1" as="geometry" />
        </mxCell>
        <mxCell id="tRedCPWRB_f1dplKibxM-13" edge="1" parent="1" source="tRedCPWRB_f1dplKibxM-7" style="rounded=0;orthogonalLoop=1;jettySize=auto;html=1;exitX=1;exitY=0.5;exitDx=0;exitDy=0;strokeWidth=0.5;" target="tRedCPWRB_f1dplKibxM-9">
          <mxGeometry relative="1" as="geometry" />
        </mxCell>
        <mxCell id="tRedCPWRB_f1dplKibxM-7" parent="1" style="ellipse;whiteSpace=wrap;html=1;aspect=fixed;strokeColor=#2D7D52;strokeWidth=2;" value="RTR" vertex="1">
          <mxGeometry height="50" width="50" x="-33" y="260" as="geometry" />
        </mxCell>
        <mxCell id="tRedCPWRB_f1dplKibxM-12" edge="1" parent="1" source="tRedCPWRB_f1dplKibxM-8" style="rounded=0;orthogonalLoop=1;jettySize=auto;html=1;exitX=1;exitY=0.5;exitDx=0;exitDy=0;entryX=0;entryY=0.5;entryDx=0;entryDy=0;strokeWidth=0.5;" target="tRedCPWRB_f1dplKibxM-9">
          <mxGeometry relative="1" as="geometry" />
        </mxCell>
        <mxCell id="tRedCPWRB_f1dplKibxM-14" edge="1" parent="1" source="tRedCPWRB_f1dplKibxM-8" style="rounded=0;orthogonalLoop=1;jettySize=auto;html=1;exitX=1;exitY=0.5;exitDx=0;exitDy=0;strokeWidth=0.5;" target="tRedCPWRB_f1dplKibxM-10">
          <mxGeometry relative="1" as="geometry" />
        </mxCell>
        <mxCell id="tRedCPWRB_f1dplKibxM-8" parent="1" style="ellipse;whiteSpace=wrap;html=1;aspect=fixed;strokeColor=#2D7D52;strokeWidth=2;" value="RTR" vertex="1">
          <mxGeometry height="50" width="50" x="-33" y="360" as="geometry" />
        </mxCell>
        <mxCell id="tRedCPWRB_f1dplKibxM-15" edge="1" parent="1" source="tRedCPWRB_f1dplKibxM-9" style="rounded=0;orthogonalLoop=1;jettySize=auto;html=1;exitX=1;exitY=0.5;exitDx=0;exitDy=0;entryX=0;entryY=0.5;entryDx=0;entryDy=0;strokeWidth=0.5;" target="tRedCPWRB_f1dplKibxM-2">
          <mxGeometry relative="1" as="geometry" />
        </mxCell>
        <mxCell id="tRedCPWRB_f1dplKibxM-17" edge="1" parent="1" source="tRedCPWRB_f1dplKibxM-9" style="rounded=0;orthogonalLoop=1;jettySize=auto;html=1;exitX=1;exitY=0.5;exitDx=0;exitDy=0;entryX=0;entryY=0.5;entryDx=0;entryDy=0;strokeWidth=0.5;" target="tRedCPWRB_f1dplKibxM-5">
          <mxGeometry relative="1" as="geometry" />
        </mxCell>
        <mxCell id="tRedCPWRB_f1dplKibxM-9" parent="1" style="ellipse;whiteSpace=wrap;html=1;aspect=fixed;strokeColor=#2D7D52;strokeWidth=2;" value="VPN" vertex="1">
          <mxGeometry height="50" width="50" x="117" y="260" as="geometry" />
        </mxCell>
        <mxCell id="tRedCPWRB_f1dplKibxM-16" edge="1" parent="1" source="tRedCPWRB_f1dplKibxM-10" style="rounded=0;orthogonalLoop=1;jettySize=auto;html=1;exitX=1;exitY=0.5;exitDx=0;exitDy=0;entryX=0;entryY=0.5;entryDx=0;entryDy=0;strokeWidth=0.5;" target="tRedCPWRB_f1dplKibxM-5">
          <mxGeometry relative="1" as="geometry" />
        </mxCell>
        <mxCell id="tRedCPWRB_f1dplKibxM-18" edge="1" parent="1" source="tRedCPWRB_f1dplKibxM-10" style="rounded=0;orthogonalLoop=1;jettySize=auto;html=1;exitX=1;exitY=0.5;exitDx=0;exitDy=0;entryX=0;entryY=0.5;entryDx=0;entryDy=0;strokeWidth=0.5;" target="tRedCPWRB_f1dplKibxM-2">
          <mxGeometry relative="1" as="geometry" />
        </mxCell>
        <mxCell id="tRedCPWRB_f1dplKibxM-10" parent="1" style="ellipse;whiteSpace=wrap;html=1;aspect=fixed;strokeColor=#2D7D52;strokeWidth=2;" value="VPN" vertex="1">
          <mxGeometry height="50" width="50" x="117" y="360" as="geometry" />
        </mxCell>
        <mxCell id="tRedCPWRB_f1dplKibxM-19" edge="1" parent="1" source="tRedCPWRB_f1dplKibxM-1" style="rounded=0;orthogonalLoop=1;jettySize=auto;html=1;exitX=0;exitY=0.5;exitDx=0;exitDy=0;entryX=1;entryY=0.5;entryDx=0;entryDy=0;endArrow=none;endFill=0;dashed=1;" target="tRedCPWRB_f1dplKibxM-1">
          <mxGeometry relative="1" as="geometry" />
        </mxCell>
        <mxCell id="tRedCPWRB_f1dplKibxM-20" parent="1" style="text;html=1;whiteSpace=wrap;strokeColor=none;fillColor=none;align=center;verticalAlign=middle;rounded=0;" value="East" vertex="1">
          <mxGeometry height="30" width="60" x="37" y="410" as="geometry" />
        </mxCell>
        <mxCell id="tRedCPWRB_f1dplKibxM-21" parent="1" style="text;html=1;whiteSpace=wrap;strokeColor=none;fillColor=none;align=center;verticalAlign=middle;rounded=0;" value="Central" vertex="1">
          <mxGeometry height="30" width="60" x="37" y="240" as="geometry" />
        </mxCell>
        <mxCell id="tRedCPWRB_f1dplKibxM-115" edge="1" parent="1" source="tRedCPWRB_f1dplKibxM-114" style="edgeStyle=orthogonalEdgeStyle;rounded=0;orthogonalLoop=1;jettySize=auto;html=1;exitX=1;exitY=0.5;exitDx=0;exitDy=0;entryX=0;entryY=0.25;entryDx=0;entryDy=0;strokeWidth=0.5;" target="tRedCPWRB_f1dplKibxM-1">
          <mxGeometry relative="1" as="geometry" />
        </mxCell>
        <mxCell id="tRedCPWRB_f1dplKibxM-116" edge="1" parent="1" source="tRedCPWRB_f1dplKibxM-114" style="edgeStyle=orthogonalEdgeStyle;rounded=0;orthogonalLoop=1;jettySize=auto;html=1;exitX=1;exitY=0.5;exitDx=0;exitDy=0;entryX=0;entryY=0.75;entryDx=0;entryDy=0;strokeWidth=0.5;" target="tRedCPWRB_f1dplKibxM-1">
          <mxGeometry relative="1" as="geometry" />
        </mxCell>
        <mxCell id="tRedCPWRB_f1dplKibxM-126" parent="1" style="text;html=1;whiteSpace=wrap;strokeColor=none;fillColor=none;align=center;verticalAlign=middle;rounded=0;" value="CyrusOne Aurora" vertex="1">
          <mxGeometry height="30" width="104.5" x="-264.25" y="280" as="geometry" />
        </mxCell>
+         <mxCell id="MzOkJW4L9rvUmPir3yxD-1" parent="1" style="text;html=1;whiteSpace=wrap;strokeColor=none;fillColor=none;align=center;verticalAlign=middle;rounded=0;fontStyle=1" value="Nonprod" vertex="1">
+           <mxGeometry height="30" width="60" x="615" y="280" as="geometry" />
+         </mxCell>
+         <mxCell id="MzOkJW4L9rvUmPir3yxD-3" parent="1" style="text;html=1;whiteSpace=wrap;strokeColor=none;fillColor=none;align=center;verticalAlign=middle;rounded=0;fontStyle=1" value="Prod" vertex="1">
+           <mxGeometry height="30" width="60" x="615" y="370" as="geometry" />
+         </mxCell>
+       </root>
+     </mxGraphModel>
+   </diagram>
+   <diagram name="azure_palo_ngfw" id="z0F38xaxNdBfzpsyRzgu">
+     <mxGraphModel dx="2264" dy="777" grid="1" gridSize="10" guides="1" tooltips="1" connect="1" arrows="1" fold="1" page="1" pageScale="1" pageWidth="850" pageHeight="1100" math="0" shadow="0">
+       <root>
+         <mxCell id="0LnuXmzx3cSg4kBCE06e-0" />
+         <mxCell id="0LnuXmzx3cSg4kBCE06e-1" parent="0LnuXmzx3cSg4kBCE06e-0" />
+         <mxCell id="M3QDe33q0yo2j758HVxp-6" parent="0LnuXmzx3cSg4kBCE06e-1" style="rounded=0;whiteSpace=wrap;html=1;" value="" vertex="1">
+           <mxGeometry height="100" width="176" x="425" y="450" as="geometry" />
+         </mxCell>
+         <mxCell id="M3QDe33q0yo2j758HVxp-5" parent="0LnuXmzx3cSg4kBCE06e-1" style="rounded=0;whiteSpace=wrap;html=1;" value="" vertex="1">
+           <mxGeometry height="100" width="176" x="425" y="330" as="geometry" />
+         </mxCell>
+         <mxCell id="M3QDe33q0yo2j758HVxp-4" parent="0LnuXmzx3cSg4kBCE06e-1" style="rounded=0;whiteSpace=wrap;html=1;" value="" vertex="1">
+           <mxGeometry height="100" width="176" x="425" y="210" as="geometry" />
+         </mxCell>
+         <mxCell id="M3QDe33q0yo2j758HVxp-3" parent="0LnuXmzx3cSg4kBCE06e-1" style="rounded=0;whiteSpace=wrap;html=1;" value="" vertex="1">
+           <mxGeometry height="100" width="176" x="425" y="90" as="geometry" />
+         </mxCell>
+         <mxCell id="0LnuXmzx3cSg4kBCE06e-49" parent="0LnuXmzx3cSg4kBCE06e-1" style="rounded=0;whiteSpace=wrap;html=1;strokeColor=#2D7D52;strokeWidth=2;" value="VMs" vertex="1">
+           <mxGeometry height="40" width="65" x="440" y="360" as="geometry" />
+         </mxCell>
+         <mxCell id="0LnuXmzx3cSg4kBCE06e-71" parent="0LnuXmzx3cSg4kBCE06e-1" style="rounded=0;whiteSpace=wrap;html=1;strokeColor=#2D7D52;strokeWidth=2;" value="VMs" vertex="1">
+           <mxGeometry height="40" width="65" x="440" y="240" as="geometry" />
+         </mxCell>
+         <mxCell id="0LnuXmzx3cSg4kBCE06e-73" parent="0LnuXmzx3cSg4kBCE06e-1" style="rounded=0;whiteSpace=wrap;html=1;strokeColor=#2D7D52;strokeWidth=2;" value="Services" vertex="1">
+           <mxGeometry height="40" width="65" x="520" y="240" as="geometry" />
+         </mxCell>
+         <mxCell id="0LnuXmzx3cSg4kBCE06e-77" edge="1" parent="0LnuXmzx3cSg4kBCE06e-1" style="edgeStyle=orthogonalEdgeStyle;rounded=0;orthogonalLoop=1;jettySize=auto;html=1;exitX=1;exitY=0.5;exitDx=0;exitDy=0;entryX=0;entryY=0.5;entryDx=0;entryDy=0;" target="0LnuXmzx3cSg4kBCE06e-76">
+           <mxGeometry relative="1" as="geometry">
+             <mxPoint x="540" y="103" as="sourcePoint" />
+           </mxGeometry>
+         </mxCell>
+         <mxCell id="0LnuXmzx3cSg4kBCE06e-79" edge="1" parent="0LnuXmzx3cSg4kBCE06e-1" style="edgeStyle=orthogonalEdgeStyle;rounded=0;orthogonalLoop=1;jettySize=auto;html=1;exitX=1;exitY=0.5;exitDx=0;exitDy=0;" target="0LnuXmzx3cSg4kBCE06e-78">
+           <mxGeometry relative="1" as="geometry">
+             <mxPoint x="458" y="103" as="sourcePoint" />
+           </mxGeometry>
+         </mxCell>
+         <mxCell id="0LnuXmzx3cSg4kBCE06e-82" parent="0LnuXmzx3cSg4kBCE06e-1" style="rounded=0;whiteSpace=wrap;html=1;strokeColor=#2D7D52;strokeWidth=2;" value="VMs" vertex="1">
+           <mxGeometry height="40" width="65" x="440" y="120" as="geometry" />
+         </mxCell>
+         <mxCell id="0LnuXmzx3cSg4kBCE06e-84" parent="0LnuXmzx3cSg4kBCE06e-1" style="rounded=0;whiteSpace=wrap;html=1;strokeColor=#2D7D52;strokeWidth=2;" value="Services" vertex="1">
+           <mxGeometry height="40" width="65" x="520" y="120" as="geometry" />
+         </mxCell>
+         <mxCell id="0LnuXmzx3cSg4kBCE06e-87" parent="0LnuXmzx3cSg4kBCE06e-1" style="rounded=0;whiteSpace=wrap;html=1;" value="" vertex="1">
+           <mxGeometry height="120" width="176" x="-300" y="280" as="geometry" />
+         </mxCell>
+         <mxCell id="0LnuXmzx3cSg4kBCE06e-88" edge="1" parent="0LnuXmzx3cSg4kBCE06e-1" source="0LnuXmzx3cSg4kBCE06e-89" style="edgeStyle=orthogonalEdgeStyle;rounded=0;orthogonalLoop=1;jettySize=auto;html=1;exitX=1;exitY=0.5;exitDx=0;exitDy=0;entryX=0;entryY=0.5;entryDx=0;entryDy=0;" target="0LnuXmzx3cSg4kBCE06e-94">
+           <mxGeometry relative="1" as="geometry" />
+         </mxCell>
+         <mxCell id="0LnuXmzx3cSg4kBCE06e-89" parent="0LnuXmzx3cSg4kBCE06e-1" style="rounded=0;whiteSpace=wrap;html=1;strokeColor=#2D7D52;strokeWidth=2;" value="Tuffin" vertex="1">
+           <mxGeometry height="60" width="50" x="-285" y="310" as="geometry" />
+         </mxCell>
+         <mxCell id="0LnuXmzx3cSg4kBCE06e-94" parent="0LnuXmzx3cSg4kBCE06e-1" style="rounded=0;whiteSpace=wrap;html=1;strokeColor=#BFA128;strokeWidth=2;" value="Panorma" vertex="1">
+           <mxGeometry height="60" width="50" x="-190" y="310" as="geometry" />
+         </mxCell>
+         <mxCell id="0LnuXmzx3cSg4kBCE06e-95" parent="0LnuXmzx3cSg4kBCE06e-1" style="rounded=0;whiteSpace=wrap;html=1;" value="" vertex="1">
+           <mxGeometry height="360" width="240" x="-53" y="160" as="geometry" />
+         </mxCell>
+         <mxCell id="xn1z1mRIEFN_cLXImmEJ-5" edge="1" parent="0LnuXmzx3cSg4kBCE06e-1" source="0LnuXmzx3cSg4kBCE06e-98" style="edgeStyle=orthogonalEdgeStyle;rounded=0;orthogonalLoop=1;jettySize=auto;html=1;exitX=0.5;exitY=1;exitDx=0;exitDy=0;entryX=0.5;entryY=0;entryDx=0;entryDy=0;startArrow=classic;startFill=1;strokeWidth=0.5;" target="0LnuXmzx3cSg4kBCE06e-101">
+           <mxGeometry relative="1" as="geometry" />
+         </mxCell>
+         <mxCell id="0LnuXmzx3cSg4kBCE06e-98" parent="0LnuXmzx3cSg4kBCE06e-1" style="ellipse;whiteSpace=wrap;html=1;aspect=fixed;strokeColor=#2D7D52;strokeWidth=2;" value="Hub&lt;div&gt;RTR&lt;/div&gt;" vertex="1">
+           <mxGeometry height="50" width="50" x="94" y="270" as="geometry" />
+         </mxCell>
+         <mxCell id="0LnuXmzx3cSg4kBCE06e-101" parent="0LnuXmzx3cSg4kBCE06e-1" style="ellipse;whiteSpace=wrap;html=1;aspect=fixed;strokeColor=#2D7D52;strokeWidth=2;" value="Hub&lt;div&gt;RTR&lt;/div&gt;" vertex="1">
+           <mxGeometry height="50" width="50" x="94" y="355" as="geometry" />
+         </mxCell>
+         <mxCell id="0LnuXmzx3cSg4kBCE06e-102" edge="1" parent="0LnuXmzx3cSg4kBCE06e-1" source="0LnuXmzx3cSg4kBCE06e-98" style="rounded=0;orthogonalLoop=1;jettySize=auto;html=1;exitX=1;exitY=0.5;exitDx=0;exitDy=0;entryX=0;entryY=0.5;entryDx=0;entryDy=0;strokeWidth=0.5;startArrow=classic;startFill=1;" target="M3QDe33q0yo2j758HVxp-3">
+           <mxGeometry relative="1" as="geometry">
+             <mxPoint x="167" y="285" as="sourcePoint" />
+             <mxPoint x="280" y="155" as="targetPoint" />
+           </mxGeometry>
+         </mxCell>
+         <mxCell id="0LnuXmzx3cSg4kBCE06e-103" edge="1" parent="0LnuXmzx3cSg4kBCE06e-1" source="0LnuXmzx3cSg4kBCE06e-98" style="rounded=0;orthogonalLoop=1;jettySize=auto;html=1;exitX=1;exitY=0.5;exitDx=0;exitDy=0;entryX=0;entryY=0.5;entryDx=0;entryDy=0;strokeWidth=0.5;startArrow=classic;startFill=1;" target="M3QDe33q0yo2j758HVxp-5">
+           <mxGeometry relative="1" as="geometry">
+             <mxPoint x="167" y="285" as="sourcePoint" />
+             <mxPoint x="280" y="525" as="targetPoint" />
+           </mxGeometry>
+         </mxCell>
+         <mxCell id="0LnuXmzx3cSg4kBCE06e-105" edge="1" parent="0LnuXmzx3cSg4kBCE06e-1" source="0LnuXmzx3cSg4kBCE06e-101" style="rounded=0;orthogonalLoop=1;jettySize=auto;html=1;exitX=1;exitY=0.5;exitDx=0;exitDy=0;entryX=0;entryY=0.5;entryDx=0;entryDy=0;strokeWidth=0.5;startArrow=classic;startFill=1;" target="M3QDe33q0yo2j758HVxp-6">
+           <mxGeometry relative="1" as="geometry">
+             <mxPoint x="167" y="385" as="sourcePoint" />
+             <mxPoint x="280" y="525" as="targetPoint" />
+           </mxGeometry>
+         </mxCell>
+         <mxCell id="0LnuXmzx3cSg4kBCE06e-106" edge="1" parent="0LnuXmzx3cSg4kBCE06e-1" source="0LnuXmzx3cSg4kBCE06e-101" style="rounded=0;orthogonalLoop=1;jettySize=auto;html=1;exitX=1;exitY=0.5;exitDx=0;exitDy=0;entryX=0;entryY=0.5;entryDx=0;entryDy=0;strokeWidth=0.5;startArrow=classic;startFill=1;" target="M3QDe33q0yo2j758HVxp-4">
+           <mxGeometry relative="1" as="geometry">
+             <mxPoint x="167" y="385" as="sourcePoint" />
+             <mxPoint x="280" y="155" as="targetPoint" />
+           </mxGeometry>
+         </mxCell>
+         <mxCell id="0LnuXmzx3cSg4kBCE06e-109" parent="0LnuXmzx3cSg4kBCE06e-1" style="text;html=1;whiteSpace=wrap;strokeColor=none;fillColor=none;align=center;verticalAlign=middle;rounded=0;" value="East" vertex="1">
+           <mxGeometry height="30" width="60" y="490" as="geometry" />
+         </mxCell>
+         <mxCell id="0LnuXmzx3cSg4kBCE06e-110" parent="0LnuXmzx3cSg4kBCE06e-1" style="text;html=1;whiteSpace=wrap;strokeColor=none;fillColor=none;align=center;verticalAlign=middle;rounded=0;" value="Central" vertex="1">
+           <mxGeometry height="30" width="60" y="160" as="geometry" />
+         </mxCell>
+         <mxCell id="0LnuXmzx3cSg4kBCE06e-111" edge="1" parent="0LnuXmzx3cSg4kBCE06e-1" source="0LnuXmzx3cSg4kBCE06e-87" style="edgeStyle=orthogonalEdgeStyle;rounded=0;orthogonalLoop=1;jettySize=auto;html=1;exitX=1;exitY=0.5;exitDx=0;exitDy=0;entryX=0;entryY=0.25;entryDx=0;entryDy=0;strokeWidth=0.5;" target="0LnuXmzx3cSg4kBCE06e-95">
+           <mxGeometry relative="1" as="geometry" />
+         </mxCell>
+         <mxCell id="0LnuXmzx3cSg4kBCE06e-112" edge="1" parent="0LnuXmzx3cSg4kBCE06e-1" source="0LnuXmzx3cSg4kBCE06e-87" style="edgeStyle=orthogonalEdgeStyle;rounded=0;orthogonalLoop=1;jettySize=auto;html=1;exitX=1;exitY=0.5;exitDx=0;exitDy=0;entryX=0;entryY=0.75;entryDx=0;entryDy=0;strokeWidth=0.5;" target="0LnuXmzx3cSg4kBCE06e-95">
+           <mxGeometry relative="1" as="geometry" />
+         </mxCell>
+         <mxCell id="0LnuXmzx3cSg4kBCE06e-113" parent="0LnuXmzx3cSg4kBCE06e-1" style="text;html=1;whiteSpace=wrap;strokeColor=none;fillColor=none;align=center;verticalAlign=middle;rounded=0;" value="CyrusOne Aurora" vertex="1">
+           <mxGeometry height="30" width="104.5" x="-264.25" y="280" as="geometry" />
+         </mxCell>
+         <mxCell id="M3QDe33q0yo2j758HVxp-0" parent="0LnuXmzx3cSg4kBCE06e-1" style="rounded=0;whiteSpace=wrap;html=1;strokeColor=#2D7D52;strokeWidth=2;" value="VMs" vertex="1">
+           <mxGeometry height="40" width="65" x="440" y="480" as="geometry" />
+         </mxCell>
+         <mxCell id="M3QDe33q0yo2j758HVxp-1" parent="0LnuXmzx3cSg4kBCE06e-1" style="rounded=0;whiteSpace=wrap;html=1;strokeColor=#2D7D52;strokeWidth=2;" value="Services" vertex="1">
+           <mxGeometry height="40" width="65" x="520" y="360" as="geometry" />
+         </mxCell>
+         <mxCell id="M3QDe33q0yo2j758HVxp-2" parent="0LnuXmzx3cSg4kBCE06e-1" style="rounded=0;whiteSpace=wrap;html=1;strokeColor=#2D7D52;strokeWidth=2;" value="Services" vertex="1">
+           <mxGeometry height="40" width="65" x="520" y="480" as="geometry" />
+         </mxCell>
+         <mxCell id="xn1z1mRIEFN_cLXImmEJ-8" edge="1" parent="0LnuXmzx3cSg4kBCE06e-1" source="M3QDe33q0yo2j758HVxp-8" style="edgeStyle=orthogonalEdgeStyle;rounded=0;orthogonalLoop=1;jettySize=auto;html=1;exitX=1;exitY=0.5;exitDx=0;exitDy=0;entryX=0;entryY=0.5;entryDx=0;entryDy=0;strokeWidth=0.5;endArrow=none;endFill=0;" target="0LnuXmzx3cSg4kBCE06e-98">
+           <mxGeometry relative="1" as="geometry" />
+         </mxCell>
+         <mxCell id="xn1z1mRIEFN_cLXImmEJ-9" edge="1" parent="0LnuXmzx3cSg4kBCE06e-1" source="M3QDe33q0yo2j758HVxp-8" style="rounded=0;orthogonalLoop=1;jettySize=auto;html=1;exitX=1;exitY=0.5;exitDx=0;exitDy=0;entryX=0;entryY=0.5;entryDx=0;entryDy=0;strokeWidth=0.5;endArrow=none;endFill=0;" target="0LnuXmzx3cSg4kBCE06e-101">
+           <mxGeometry relative="1" as="geometry" />
+         </mxCell>
+         <mxCell id="M3QDe33q0yo2j758HVxp-8" parent="0LnuXmzx3cSg4kBCE06e-1" style="ellipse;whiteSpace=wrap;html=1;aspect=fixed;strokeColor=#2D7D52;strokeWidth=2;" value="ER" vertex="1">
+           <mxGeometry height="50" width="50" x="-40" y="270" as="geometry" />
+         </mxCell>
+         <mxCell id="xn1z1mRIEFN_cLXImmEJ-6" edge="1" parent="0LnuXmzx3cSg4kBCE06e-1" source="M3QDe33q0yo2j758HVxp-9" style="rounded=0;orthogonalLoop=1;jettySize=auto;html=1;exitX=1;exitY=0.5;exitDx=0;exitDy=0;entryX=0;entryY=0.5;entryDx=0;entryDy=0;strokeWidth=0.5;endArrow=none;endFill=0;" target="0LnuXmzx3cSg4kBCE06e-98">
+           <mxGeometry relative="1" as="geometry" />
+         </mxCell>
+         <mxCell id="xn1z1mRIEFN_cLXImmEJ-7" edge="1" parent="0LnuXmzx3cSg4kBCE06e-1" source="M3QDe33q0yo2j758HVxp-9" style="rounded=0;orthogonalLoop=1;jettySize=auto;html=1;exitX=1;exitY=0.5;exitDx=0;exitDy=0;entryX=0;entryY=0.5;entryDx=0;entryDy=0;strokeWidth=0.5;endArrow=none;endFill=0;" target="0LnuXmzx3cSg4kBCE06e-101">
+           <mxGeometry relative="1" as="geometry" />
+         </mxCell>
+         <mxCell id="M3QDe33q0yo2j758HVxp-9" parent="0LnuXmzx3cSg4kBCE06e-1" style="ellipse;whiteSpace=wrap;html=1;aspect=fixed;strokeColor=#2D7D52;strokeWidth=2;" value="ER" vertex="1">
+           <mxGeometry height="50" width="50" x="-40" y="355" as="geometry" />
+         </mxCell>
+         <mxCell id="xn1z1mRIEFN_cLXImmEJ-0" parent="0LnuXmzx3cSg4kBCE06e-1" style="text;html=1;whiteSpace=wrap;strokeColor=none;fillColor=none;align=center;verticalAlign=middle;rounded=0;" value="Prod East" vertex="1">
+           <mxGeometry height="30" width="80" x="473" y="450" as="geometry" />
+         </mxCell>
+         <mxCell id="xn1z1mRIEFN_cLXImmEJ-1" parent="0LnuXmzx3cSg4kBCE06e-1" style="text;html=1;whiteSpace=wrap;strokeColor=none;fillColor=none;align=center;verticalAlign=middle;rounded=0;" value="Prod Central" vertex="1">
+           <mxGeometry height="30" width="80" x="473" y="330" as="geometry" />
+         </mxCell>
+         <mxCell id="xn1z1mRIEFN_cLXImmEJ-2" parent="0LnuXmzx3cSg4kBCE06e-1" style="text;html=1;whiteSpace=wrap;strokeColor=none;fillColor=none;align=center;verticalAlign=middle;rounded=0;" value="Nonprod East" vertex="1">
+           <mxGeometry height="30" width="80" x="473" y="210" as="geometry" />
+         </mxCell>
+         <mxCell id="xn1z1mRIEFN_cLXImmEJ-3" parent="0LnuXmzx3cSg4kBCE06e-1" style="text;html=1;whiteSpace=wrap;strokeColor=none;fillColor=none;align=center;verticalAlign=middle;rounded=0;" value="Nonprod Central" vertex="1">
+           <mxGeometry height="30" width="100" x="463" y="90" as="geometry" />
+         </mxCell>
+         <mxCell id="xn1z1mRIEFN_cLXImmEJ-12" edge="1" parent="0LnuXmzx3cSg4kBCE06e-1" source="xn1z1mRIEFN_cLXImmEJ-10" style="edgeStyle=orthogonalEdgeStyle;rounded=0;orthogonalLoop=1;jettySize=auto;html=1;exitX=0.5;exitY=0;exitDx=0;exitDy=0;entryX=0.5;entryY=1;entryDx=0;entryDy=0;startArrow=classic;startFill=1;strokeWidth=0.5;" target="0LnuXmzx3cSg4kBCE06e-101">
+           <mxGeometry relative="1" as="geometry" />
+         </mxCell>
+         <mxCell id="xn1z1mRIEFN_cLXImmEJ-17" edge="1" parent="0LnuXmzx3cSg4kBCE06e-1" source="xn1z1mRIEFN_cLXImmEJ-10" style="edgeStyle=orthogonalEdgeStyle;rounded=0;orthogonalLoop=1;jettySize=auto;html=1;exitX=0.5;exitY=1;exitDx=0;exitDy=0;" target="xn1z1mRIEFN_cLXImmEJ-16">
+           <mxGeometry relative="1" as="geometry" />
+         </mxCell>
+         <mxCell id="xn1z1mRIEFN_cLXImmEJ-10" parent="0LnuXmzx3cSg4kBCE06e-1" style="rounded=0;whiteSpace=wrap;html=1;strokeColor=light-dark(#0061A6,#EDEDED);strokeWidth=2;" value="Palo NGFW&lt;div&gt;VM&lt;/div&gt;" vertex="1">
+           <mxGeometry height="60" width="80" x="79" y="450" as="geometry" />
+         </mxCell>
+         <mxCell id="xn1z1mRIEFN_cLXImmEJ-13" edge="1" parent="0LnuXmzx3cSg4kBCE06e-1" source="xn1z1mRIEFN_cLXImmEJ-11" style="edgeStyle=orthogonalEdgeStyle;rounded=0;orthogonalLoop=1;jettySize=auto;html=1;exitX=0.5;exitY=1;exitDx=0;exitDy=0;entryX=0.5;entryY=0;entryDx=0;entryDy=0;startArrow=classic;startFill=1;strokeWidth=0.5;" target="0LnuXmzx3cSg4kBCE06e-98">
+           <mxGeometry relative="1" as="geometry" />
+         </mxCell>
+         <mxCell id="xn1z1mRIEFN_cLXImmEJ-11" parent="0LnuXmzx3cSg4kBCE06e-1" style="rounded=0;whiteSpace=wrap;html=1;strokeColor=light-dark(#0061A6,#EDEDED);strokeWidth=2;" value="Palo NGFW&lt;div&gt;VM&lt;/div&gt;" vertex="1">
+           <mxGeometry height="60" width="80" x="79" y="170" as="geometry" />
+         </mxCell>
+         <mxCell id="xn1z1mRIEFN_cLXImmEJ-14" parent="0LnuXmzx3cSg4kBCE06e-1" style="ellipse;shape=cloud;whiteSpace=wrap;html=1;" value="INET" vertex="1">
+           <mxGeometry height="80" width="120" x="53" y="30" as="geometry" />
+         </mxCell>
+         <mxCell id="xn1z1mRIEFN_cLXImmEJ-15" edge="1" parent="0LnuXmzx3cSg4kBCE06e-1" source="xn1z1mRIEFN_cLXImmEJ-11" style="edgeStyle=orthogonalEdgeStyle;rounded=0;orthogonalLoop=1;jettySize=auto;html=1;exitX=0.5;exitY=0;exitDx=0;exitDy=0;entryX=0.55;entryY=0.95;entryDx=0;entryDy=0;entryPerimeter=0;" target="xn1z1mRIEFN_cLXImmEJ-14">
+           <mxGeometry relative="1" as="geometry" />
+         </mxCell>
+         <mxCell id="xn1z1mRIEFN_cLXImmEJ-16" parent="0LnuXmzx3cSg4kBCE06e-1" style="ellipse;shape=cloud;whiteSpace=wrap;html=1;" value="INET" vertex="1">
+           <mxGeometry height="80" width="120" x="59" y="580" as="geometry" />
+         </mxCell>
      </root>
    </mxGraphModel>
  </diagram>
</mxfile>
